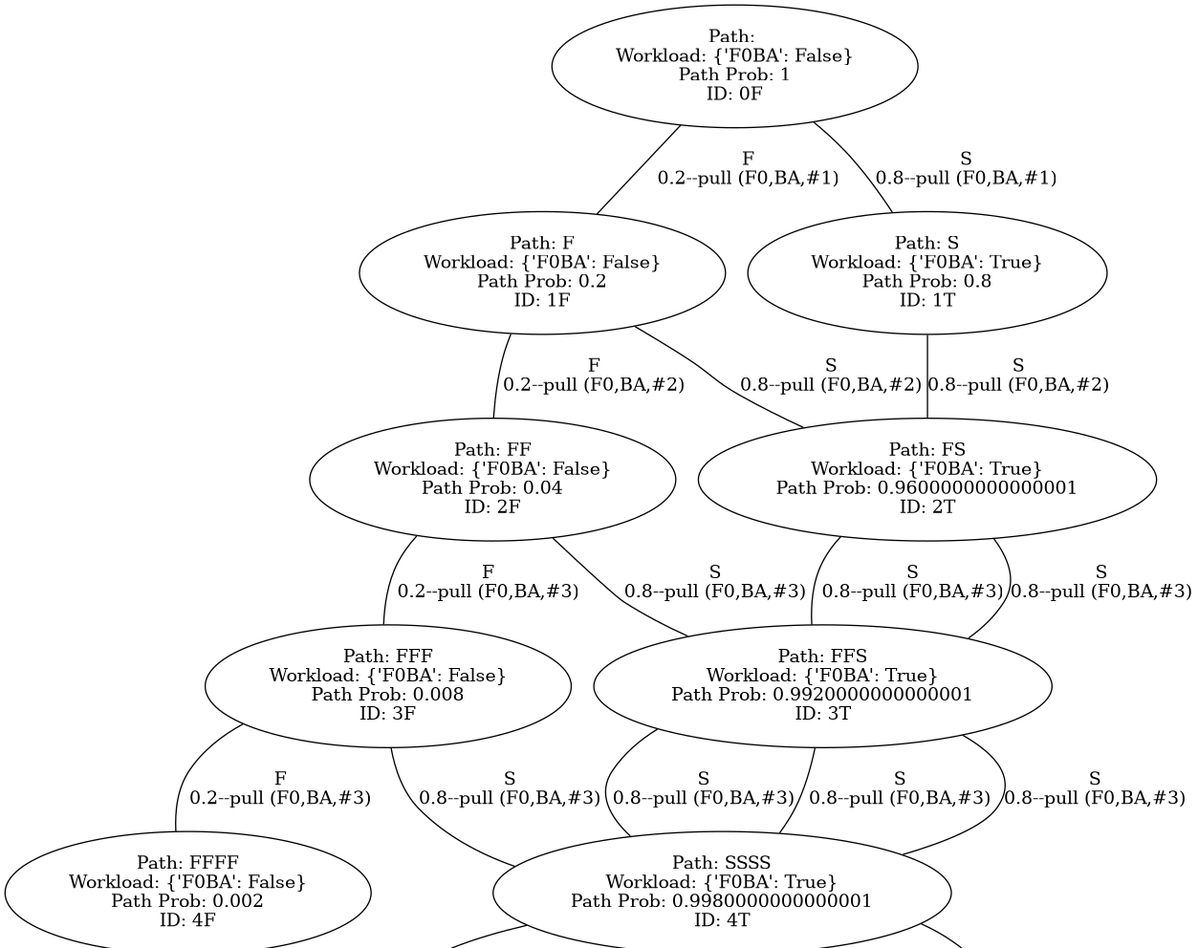
The Graphviz diagram Output/graph.gv.png in YasinBoloorchi/WARP-Simulator, before a commit. Its source is kept beside it as Output/graph.gv.
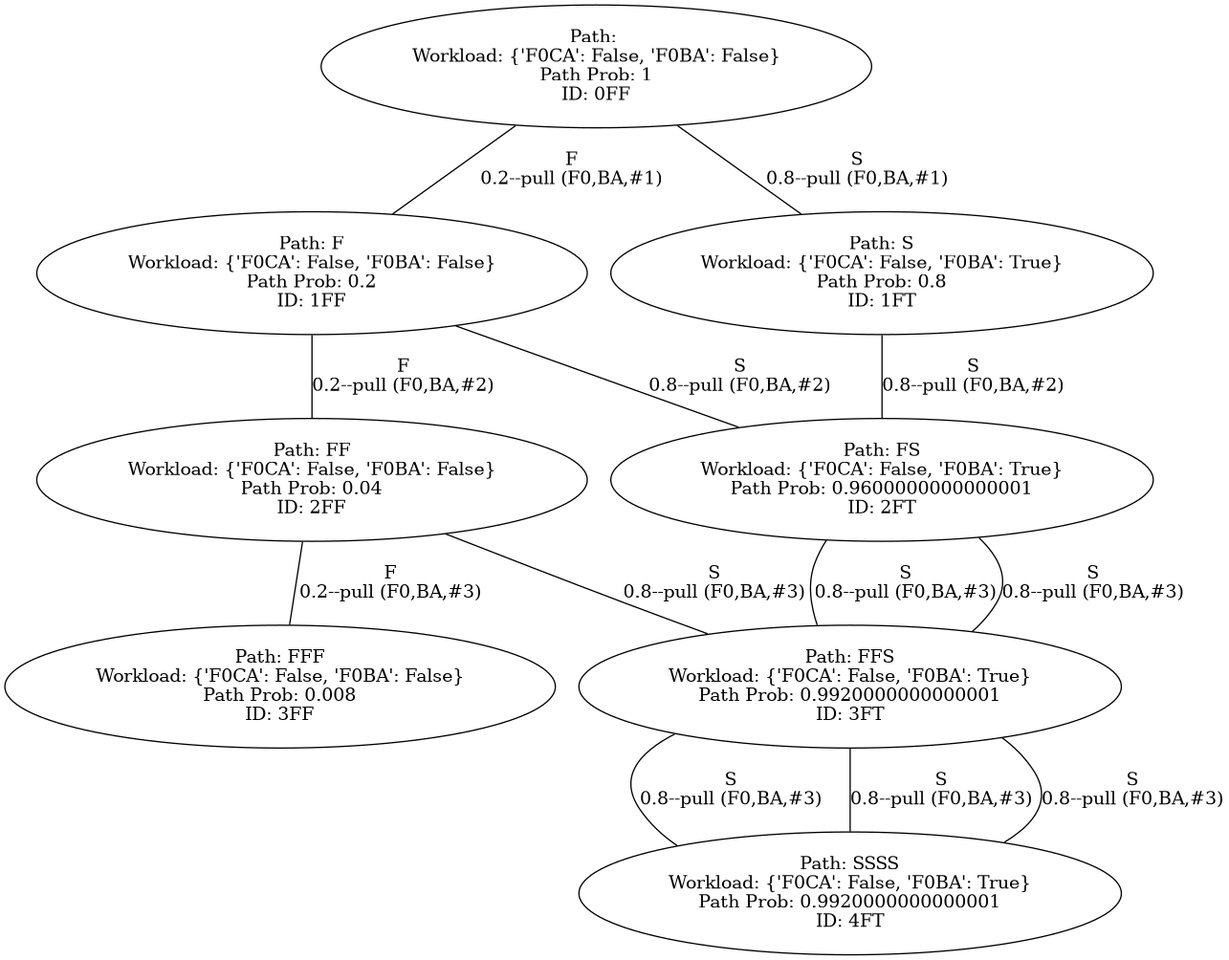
The same file after the commit.

What changed in the source:
```diff
@@ -1,266 +1,126 @@
 graph "./Output/graph" {
 	"" [label="Path:
-Workload: {'F0BA': False}
+Workload: {'F0CA': False, 'F0BA': False}
 Path Prob: 1
-ID: 0F"]
+ID: 0FF"]
 	"" [label="Path:
-Workload: {'F0BA': False}
+Workload: {'F0CA': False, 'F0BA': False}
 Path Prob: 1
-ID: 0F"]
+ID: 0FF"]
 	"" -- F [label="F
 0.2--pull (F0,BA,#1)"]
 	F [label="Path: F
-Workload: {'F0BA': False}
+Workload: {'F0CA': False, 'F0BA': False}
 Path Prob: 0.2
-ID: 1F"]
+ID: 1FF"]
 	F [label="Path: F
-Workload: {'F0BA': False}
+Workload: {'F0CA': False, 'F0BA': False}
 Path Prob: 0.2
-ID: 1F"]
+ID: 1FF"]
 	F -- FF [label="F
 0.2--pull (F0,BA,#2)"]
 	FF [label="Path: FF
-Workload: {'F0BA': False}
+Workload: {'F0CA': False, 'F0BA': False}
 Path Prob: 0.04
-ID: 2F"]
+ID: 2FF"]
 	FF [label="Path: FF
-Workload: {'F0BA': False}
+Workload: {'F0CA': False, 'F0BA': False}
 Path Prob: 0.04
-ID: 2F"]
+ID: 2FF"]
 	FF -- FFF [label="F
 0.2--pull (F0,BA,#3)"]
 	FFF [label="Path: FFF
-Workload: {'F0BA': False}
+Workload: {'F0CA': False, 'F0BA': False}
 Path Prob: 0.008
-ID: 3F"]
-	FFF [label="Path: FFF
-Workload: {'F0BA': False}
-Path Prob: 0.008
-ID: 3F"]
-	FFF -- FFFF [label="F
-0.2--pull (F0,BA,#3)"]
-	FFFF [label="Path: FFFF
-Workload: {'F0BA': False}
-Path Prob: 0.002
-ID: 4F"]
-	FFF [label="Path: FFF
-Workload: {'F0BA': False}
-Path Prob: 0.008
-ID: 3F"]
-	FFF -- SSSS [label="S
-0.8--pull (F0,BA,#3)"]
-	SSSS [label="Path: SSSS
-Workload: {'F0BA': True}
-Path Prob: 0.9980000000000001
-ID: 4T"]
-	SSSS [label="Path: SSSS
-Workload: {'F0BA': True}
-Path Prob: 0.9980000000000001
-ID: 4T"]
-	SSSS -- FFSSS [label="S
-0.8--pull (F0,BA,#3)"]
-	FFSSS [label="Path: FFSSS
-Workload: {'F0BA': True}
-Path Prob: 0.9980000000000001
-ID: 5T"]
-	FFSSS [label="Path: FFSSS
-Workload: {'F0BA': True}
-Path Prob: 0.9980000000000001
-ID: 5T"]
-	FFSSS -- FSSSSS [label="S
-0.8--pull (F0,BA,#3)"]
-	FSSSSS [label="Path: FSSSSS
-Workload: {'F0BA': True}
-Path Prob: 0.9980000000000001
-ID: 6T"]
-	FSSSSS [label="Path: FSSSSS
-Workload: {'F0BA': True}
-Path Prob: 0.9980000000000001
-ID: 6T"]
-	FSSSSS -- SSSSSSS [label="S
-0.8--pull (F0,BA,#3)"]
-	SSSSSSS [label="Path: SSSSSSS
-Workload: {'F0BA': True}
-Path Prob: 0.9980000000000001
-ID: 7T"]
+ID: 3FF"]
 	FF [label="Path: FF
-Workload: {'F0BA': False}
+Workload: {'F0CA': False, 'F0BA': False}
 Path Prob: 0.04
-ID: 2F"]
+ID: 2FF"]
 	FF -- FFS [label="S
 0.8--pull (F0,BA,#3)"]
 	FFS [label="Path: FFS
-Workload: {'F0BA': True}
+Workload: {'F0CA': False, 'F0BA': True}
 Path Prob: 0.9920000000000001
-ID: 3T"]
+ID: 3FT"]
 	FFS [label="Path: FFS
-Workload: {'F0BA': True}
+Workload: {'F0CA': False, 'F0BA': True}
 Path Prob: 0.9920000000000001
-ID: 3T"]
+ID: 3FT"]
 	FFS -- SSSS [label="S
 0.8--pull (F0,BA,#3)"]
 	SSSS [label="Path: SSSS
-Workload: {'F0BA': True}
-Path Prob: 0.9980000000000001
-ID: 4T"]
-	SSSS [label="Path: SSSS
-Workload: {'F0BA': True}
-Path Prob: 0.9980000000000001
-ID: 4T"]
-	SSSS -- FFSSS [label="S
-0.8--pull (F0,BA,#3)"]
-	FFSSS [label="Path: FFSSS
-Workload: {'F0BA': True}
-Path Prob: 0.9980000000000001
-ID: 5T"]
-	FFSSS [label="Path: FFSSS
-Workload: {'F0BA': True}
-Path Prob: 0.9980000000000001
-ID: 5T"]
-	FFSSS -- FSSSSS [label="S
-0.8--pull (F0,BA,#3)"]
-	FSSSSS [label="Path: FSSSSS
-Workload: {'F0BA': True}
-Path Prob: 0.9980000000000001
-ID: 6T"]
-	FSSSSS [label="Path: FSSSSS
-Workload: {'F0BA': True}
-Path Prob: 0.9980000000000001
-ID: 6T"]
-	FSSSSS -- SSSSSSS [label="S
-0.8--pull (F0,BA,#3)"]
-	SSSSSSS [label="Path: SSSSSSS
-Workload: {'F0BA': True}
-Path Prob: 0.9980000000000001
-ID: 7T"]
+Workload: {'F0CA': False, 'F0BA': True}
+Path Prob: 0.9920000000000001
+ID: 4FT"]
 	F [label="Path: F
-Workload: {'F0BA': False}
+Workload: {'F0CA': False, 'F0BA': False}
 Path Prob: 0.2
-ID: 1F"]
+ID: 1FF"]
 	F -- FS [label="S
 0.8--pull (F0,BA,#2)"]
 	FS [label="Path: FS
-Workload: {'F0BA': True}
+Workload: {'F0CA': False, 'F0BA': True}
 Path Prob: 0.9600000000000001
-ID: 2T"]
+ID: 2FT"]
 	FS [label="Path: FS
-Workload: {'F0BA': True}
+Workload: {'F0CA': False, 'F0BA': True}
 Path Prob: 0.9600000000000001
-ID: 2T"]
+ID: 2FT"]
 	FS -- FFS [label="S
 0.8--pull (F0,BA,#3)"]
 	FFS [label="Path: FFS
-Workload: {'F0BA': True}
+Workload: {'F0CA': False, 'F0BA': True}
 Path Prob: 0.9920000000000001
-ID: 3T"]
+ID: 3FT"]
 	FFS [label="Path: FFS
-Workload: {'F0BA': True}
+Workload: {'F0CA': False, 'F0BA': True}
 Path Prob: 0.9920000000000001
-ID: 3T"]
+ID: 3FT"]
 	FFS -- SSSS [label="S
 0.8--pull (F0,BA,#3)"]
 	SSSS [label="Path: SSSS
-Workload: {'F0BA': True}
-Path Prob: 0.9980000000000001
-ID: 4T"]
-	SSSS [label="Path: SSSS
-Workload: {'F0BA': True}
-Path Prob: 0.9980000000000001
-ID: 4T"]
-	SSSS -- FFSSS [label="S
-0.8--pull (F0,BA,#3)"]
-	FFSSS [label="Path: FFSSS
-Workload: {'F0BA': True}
-Path Prob: 0.9980000000000001
-ID: 5T"]
-	FFSSS [label="Path: FFSSS
-Workload: {'F0BA': True}
-Path Prob: 0.9980000000000001
-ID: 5T"]
-	FFSSS -- FSSSSS [label="S
-0.8--pull (F0,BA,#3)"]
-	FSSSSS [label="Path: FSSSSS
-Workload: {'F0BA': True}
-Path Prob: 0.9980000000000001
-ID: 6T"]
-	FSSSSS [label="Path: FSSSSS
-Workload: {'F0BA': True}
-Path Prob: 0.9980000000000001
-ID: 6T"]
-	FSSSSS -- SSSSSSS [label="S
-0.8--pull (F0,BA,#3)"]
-	SSSSSSS [label="Path: SSSSSSS
-Workload: {'F0BA': True}
-Path Prob: 0.9980000000000001
-ID: 7T"]
+Workload: {'F0CA': False, 'F0BA': True}
+Path Prob: 0.9920000000000001
+ID: 4FT"]
 	"" [label="Path:
-Workload: {'F0BA': False}
+Workload: {'F0CA': False, 'F0BA': False}
 Path Prob: 1
-ID: 0F"]
+ID: 0FF"]
 	"" -- S [label="S
 0.8--pull (F0,BA,#1)"]
 	S [label="Path: S
-Workload: {'F0BA': True}
+Workload: {'F0CA': False, 'F0BA': True}
 Path Prob: 0.8
-ID: 1T"]
+ID: 1FT"]
 	S [label="Path: S
-Workload: {'F0BA': True}
+Workload: {'F0CA': False, 'F0BA': True}
 Path Prob: 0.8
-ID: 1T"]
+ID: 1FT"]
 	S -- FS [label="S
 0.8--pull (F0,BA,#2)"]
 	FS [label="Path: FS
-Workload: {'F0BA': True}
+Workload: {'F0CA': False, 'F0BA': True}
 Path Prob: 0.9600000000000001
-ID: 2T"]
+ID: 2FT"]
 	FS [label="Path: FS
-Workload: {'F0BA': True}
+Workload: {'F0CA': False, 'F0BA': True}
 Path Prob: 0.9600000000000001
-ID: 2T"]
+ID: 2FT"]
 	FS -- FFS [label="S
 0.8--pull (F0,BA,#3)"]
 	FFS [label="Path: FFS
-Workload: {'F0BA': True}
+Workload: {'F0CA': False, 'F0BA': True}
 Path Prob: 0.9920000000000001
-ID: 3T"]
+ID: 3FT"]
 	FFS [label="Path: FFS
-Workload: {'F0BA': True}
+Workload: {'F0CA': False, 'F0BA': True}
 Path Prob: 0.9920000000000001
-ID: 3T"]
+ID: 3FT"]
 	FFS -- SSSS [label="S
 0.8--pull (F0,BA,#3)"]
 	SSSS [label="Path: SSSS
-Workload: {'F0BA': True}
-Path Prob: 0.9980000000000001
-ID: 4T"]
-	SSSS [label="Path: SSSS
-Workload: {'F0BA': True}
-Path Prob: 0.9980000000000001
-ID: 4T"]
-	SSSS -- FFSSS [label="S
-0.8--pull (F0,BA,#3)"]
-	FFSSS [label="Path: FFSSS
-Workload: {'F0BA': True}
-Path Prob: 0.9980000000000001
-ID: 5T"]
-	FFSSS [label="Path: FFSSS
-Workload: {'F0BA': True}
-Path Prob: 0.9980000000000001
-ID: 5T"]
-	FFSSS -- FSSSSS [label="S
-0.8--pull (F0,BA,#3)"]
-	FSSSSS [label="Path: FSSSSS
-Workload: {'F0BA': True}
-Path Prob: 0.9980000000000001
-ID: 6T"]
-	FSSSSS [label="Path: FSSSSS
-Workload: {'F0BA': True}
-Path Prob: 0.9980000000000001
-ID: 6T"]
-	FSSSSS -- SSSSSSS [label="S
-0.8--pull (F0,BA,#3)"]
-	SSSSSSS [label="Path: SSSSSSS
-Workload: {'F0BA': True}
-Path Prob: 0.9980000000000001
-ID: 7T"]
+Workload: {'F0CA': False, 'F0BA': True}
+Path Prob: 0.9920000000000001
+ID: 4FT"]
 }
```
